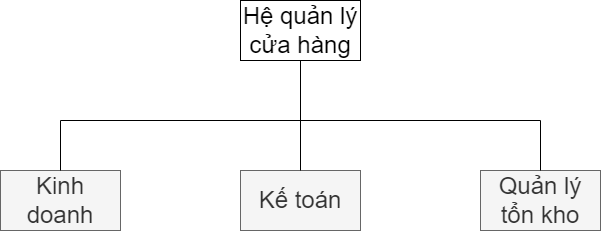
datnham0212/learning keeps this draw.io diagram as Chương 5a.png. Above is the earlier version. Source tidied: cells renumbered, new cells last; positions are measured from the earlier drawing's top-left corner, leaving out a move shared by most shapes.
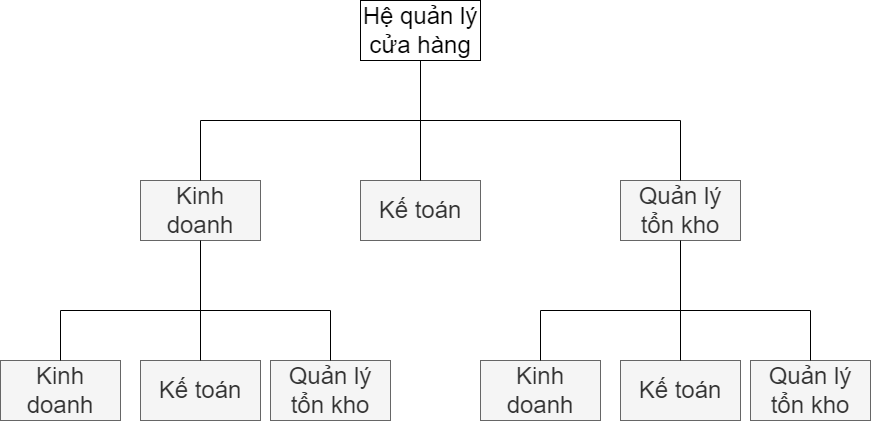
The same diagram one commit later.

What changed in the source:
```diff
@@ -3,23 +3,23 @@
     <mxCell id="0" />
     <mxCell id="1" parent="0" />
     <mxCell id="2" value="Kinh doanh" style="rounded=0;whiteSpace=wrap;html=1;fontSize=24;fillColor=#f5f5f5;fontColor=#333333;strokeColor=#666666;" parent="1" vertex="1">
-      <mxGeometry y="170" width="120" height="60" as="geometry" />
+      <mxGeometry x="20" y="180" width="120" height="60" as="geometry" />
     </mxCell>
     <mxCell id="3" value="Quản lý tổn kho" style="rounded=0;whiteSpace=wrap;html=1;fontSize=24;fillColor=#f5f5f5;fontColor=#333333;strokeColor=#666666;" parent="1" vertex="1">
-      <mxGeometry x="480" y="170" width="120" height="60" as="geometry" />
+      <mxGeometry x="500" y="180" width="120" height="60" as="geometry" />
     </mxCell>
     <mxCell id="4" style="endArrow=none;html=1;rounded=0;fontSize=24;exitX=0.5;exitY=0;exitDx=0;exitDy=0;" parent="1" edge="1" source="2">
       <mxGeometry relative="1" as="geometry">
-        <mxPoint x="60" y="120" as="targetPoint" />
+        <mxPoint x="80" y="120" as="targetPoint" />
       </mxGeometry>
     </mxCell>
     <mxCell id="5" style="endArrow=none;html=1;rounded=0;entryX=0.5;entryY=0;entryDx=0;entryDy=0;fontSize=24;" parent="1" edge="1" target="3">
       <mxGeometry relative="1" as="geometry">
-        <mxPoint x="540" y="120" as="sourcePoint" />
+        <mxPoint x="560" y="120" as="sourcePoint" />
       </mxGeometry>
     </mxCell>
     <mxCell id="6" value="Kế toán" style="rounded=0;whiteSpace=wrap;html=1;fontSize=24;fillColor=#f5f5f5;fontColor=#333333;strokeColor=#666666;" parent="1" vertex="1">
-      <mxGeometry x="240" y="170" width="120" height="60" as="geometry" />
+      <mxGeometry x="240" y="180" width="120" height="60" as="geometry" />
     </mxCell>
     <mxCell id="7" style="endArrow=none;html=1;rounded=0;entryX=0.5;entryY=0;entryDx=0;entryDy=0;fontSize=24;exitX=0.5;exitY=1;exitDx=0;exitDy=0;" parent="1" edge="1" source="8" target="6">
       <mxGeometry relative="1" as="geometry">
@@ -33,9 +33,74 @@
     </mxCell>
     <mxCell id="9" style="endArrow=none;html=1;rounded=0;" parent="1" edge="1">
       <mxGeometry relative="1" as="geometry">
-        <mxPoint x="60" y="120" as="sourcePoint" />
-        <mxPoint x="540" y="120" as="targetPoint" />
+        <mxPoint x="80" y="120" as="sourcePoint" />
+        <mxPoint x="560" y="120" as="targetPoint" />
       </mxGeometry>
     </mxCell>
+    <mxCell id="10" value="Kinh doanh" style="rounded=0;whiteSpace=wrap;html=1;fontSize=24;fillColor=#f5f5f5;fontColor=#333333;strokeColor=#666666;" parent="1" vertex="1">
+      <mxGeometry x="-120" y="360" width="120" height="60" as="geometry" />
+    </mxCell>
+    <mxCell id="11" value="Quản lý tổn kho" style="rounded=0;whiteSpace=wrap;html=1;fontSize=24;fillColor=#f5f5f5;fontColor=#333333;strokeColor=#666666;" parent="1" vertex="1">
+      <mxGeometry x="150" y="360" width="120" height="60" as="geometry" />
+    </mxCell>
+    <mxCell id="12" style="endArrow=none;html=1;rounded=0;fontSize=24;exitX=0.5;exitY=0;exitDx=0;exitDy=0;" parent="1" edge="1" source="10">
+      <mxGeometry relative="1" as="geometry">
+        <mxPoint x="-60" y="310" as="targetPoint" />
+      </mxGeometry>
+    </mxCell>
+    <mxCell id="13" style="endArrow=none;html=1;rounded=0;entryX=0.5;entryY=0;entryDx=0;entryDy=0;fontSize=24;" parent="1" edge="1" target="11">
+      <mxGeometry relative="1" as="geometry">
+        <mxPoint x="210" y="310" as="sourcePoint" />
+      </mxGeometry>
+    </mxCell>
+    <mxCell id="14" value="Kế toán" style="rounded=0;whiteSpace=wrap;html=1;fontSize=24;fillColor=#f5f5f5;fontColor=#333333;strokeColor=#666666;" parent="1" vertex="1">
+      <mxGeometry x="20" y="360" width="120" height="60" as="geometry" />
+    </mxCell>
+    <mxCell id="15" style="endArrow=none;html=1;rounded=0;entryX=0.5;entryY=0;entryDx=0;entryDy=0;fontSize=24;exitX=0.5;exitY=1;exitDx=0;exitDy=0;" parent="1" edge="1" source="2" target="14">
+      <mxGeometry relative="1" as="geometry">
+        <Array as="points">
+          <mxPoint x="80" y="310" />
+        </Array>
+      </mxGeometry>
+    </mxCell>
+    <mxCell id="16" style="endArrow=none;html=1;rounded=0;" parent="1" edge="1">
+      <mxGeometry relative="1" as="geometry">
+        <mxPoint x="-60" y="310" as="sourcePoint" />
+        <mxPoint x="210" y="310" as="targetPoint" />
+      </mxGeometry>
+    </mxCell>
+    <mxCell id="17" value="Kinh doanh" style="rounded=0;whiteSpace=wrap;html=1;fontSize=24;fillColor=#f5f5f5;fontColor=#333333;strokeColor=#666666;" parent="1" vertex="1">
+      <mxGeometry x="360" y="360" width="120" height="60" as="geometry" />
+    </mxCell>
+    <mxCell id="18" value="Quản lý tổn kho" style="rounded=0;whiteSpace=wrap;html=1;fontSize=24;fillColor=#f5f5f5;fontColor=#333333;strokeColor=#666666;" parent="1" vertex="1">
+      <mxGeometry x="630" y="360" width="120" height="60" as="geometry" />
+    </mxCell>
+    <mxCell id="19" style="endArrow=none;html=1;rounded=0;fontSize=24;exitX=0.5;exitY=0;exitDx=0;exitDy=0;" parent="1" edge="1" source="17">
+      <mxGeometry relative="1" as="geometry">
+        <mxPoint x="420" y="310" as="targetPoint" />
+      </mxGeometry>
+    </mxCell>
+    <mxCell id="20" style="endArrow=none;html=1;rounded=0;entryX=0.5;entryY=0;entryDx=0;entryDy=0;fontSize=24;" parent="1" edge="1" target="18">
+      <mxGeometry relative="1" as="geometry">
+        <mxPoint x="690" y="310" as="sourcePoint" />
+      </mxGeometry>
+    </mxCell>
+    <mxCell id="21" value="Kế toán" style="rounded=0;whiteSpace=wrap;html=1;fontSize=24;fillColor=#f5f5f5;fontColor=#333333;strokeColor=#666666;" parent="1" vertex="1">
+      <mxGeometry x="500" y="360" width="120" height="60" as="geometry" />
+    </mxCell>
+    <mxCell id="22" style="endArrow=none;html=1;rounded=0;entryX=0.5;entryY=0;entryDx=0;entryDy=0;fontSize=24;exitX=0.5;exitY=1;exitDx=0;exitDy=0;" parent="1" edge="1" target="21">
+      <mxGeometry relative="1" as="geometry">
+        <mxPoint x="560" y="240" as="sourcePoint" />
+        <Array as="points">
+          <mxPoint x="560" y="310" />
+        </Array>
+      </mxGeometry>
+    </mxCell>
+    <mxCell id="23" style="endArrow=none;html=1;rounded=0;" parent="1" edge="1">
+      <mxGeometry relative="1" as="geometry">
+        <mxPoint x="420" y="310" as="sourcePoint" />
+        <mxPoint x="690" y="310" as="targetPoint" />
+      </mxGeometry>
+    </mxCell>
   </root>
 </mxGraphModel>
```
